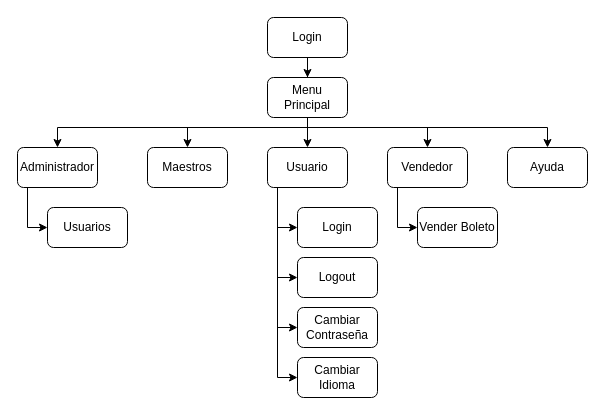
ivaburug1/ingenieria-software keeps this draw.io diagram as nuevo/Carpeta/T01/T01.5 Diagrama Jerarquico/T01.5 Diagrama Jerarquico.drawio. Above is the earlier version. Source tidied: cells renumbered, new cells numbered last; positions are measured from the earlier drawing's top-left corner, leaving out a move shared by most shapes. Both pictures are drawn from the tidied source at 100%, with x=0, y=0 at pixel (17, 17).
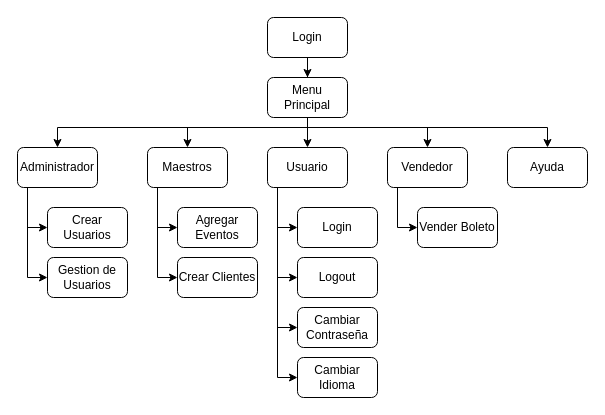
The same diagram, later.

Unchanged cells that the change refers to:
```xml
<mxCell id="11" value="Administrador" style="rounded=1;whiteSpace=wrap;html=1;" parent="1" vertex="1">
  <mxGeometry y="130" width="80" height="40" as="geometry" />
</mxCell>
```

Diff of the diagram source:
```diff
@@
+    <mxCell id="27" style="edgeStyle=orthogonalEdgeStyle;rounded=0;jettySize=auto;html=1;" parent="1" edge="1" source="11" target="28">
+      <mxGeometry relative="1" as="geometry">
+        <Array as="points">
+          <mxPoint x="10" y="260" />
+        </Array>
+      </mxGeometry>
+    </mxCell>
@@
-    <mxCell id="18" value="Usuarios" style="rounded=1;whiteSpace=wrap;html=1;" parent="1" vertex="1">
+    <mxCell id="18" value="Crear Usuarios" style="rounded=1;whiteSpace=wrap;html=1;" parent="1" vertex="1">
       <mxGeometry x="30" y="190" width="80" height="40" as="geometry" />
     </mxCell>
@@
+    <mxCell id="28" value="Gestion de Usuarios" style="rounded=1;whiteSpace=wrap;html=1;" parent="1" vertex="1">
+      <mxGeometry x="30" y="240" width="80" height="40" as="geometry" />
+    </mxCell>
+    <mxCell id="29" style="edgeStyle=orthogonalEdgeStyle;rounded=0;jettySize=auto;html=1;" parent="1" edge="1" target="31">
+      <mxGeometry relative="1" as="geometry">
+        <mxPoint x="140" y="170" as="sourcePoint" />
+        <Array as="points">
+          <mxPoint x="140" y="210" />
+        </Array>
+      </mxGeometry>
+    </mxCell>
+    <mxCell id="30" style="edgeStyle=orthogonalEdgeStyle;rounded=0;jettySize=auto;html=1;" parent="1" edge="1" target="32">
+      <mxGeometry relative="1" as="geometry">
+        <mxPoint x="140" y="170" as="sourcePoint" />
+        <Array as="points">
+          <mxPoint x="140" y="260" />
+        </Array>
+      </mxGeometry>
+    </mxCell>
+    <mxCell id="31" value="Agregar Eventos" style="rounded=1;whiteSpace=wrap;html=1;" parent="1" vertex="1">
+      <mxGeometry x="160" y="190" width="80" height="40" as="geometry" />
+    </mxCell>
+    <mxCell id="32" value="Crear Clientes" style="rounded=1;whiteSpace=wrap;html=1;" parent="1" vertex="1">
+      <mxGeometry x="160" y="240" width="80" height="40" as="geometry" />
+    </mxCell>
```
